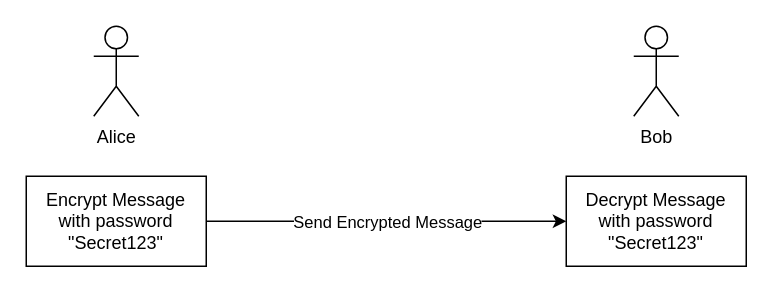
dwmkerr/effective-shell keeps this draw.io diagram as docs/06-advanced-techniques/31-the-secure-shell/diagrams/symmetric-encryption.drawio. Above is the earlier version. Source tidied: cells renumbered, new cells numbered last; positions are measured from the earlier drawing's top-left corner, leaving out a move shared by most shapes. Both pictures are drawn from the tidied source at 150%, with x=0, y=0 at pixel (26, 26).
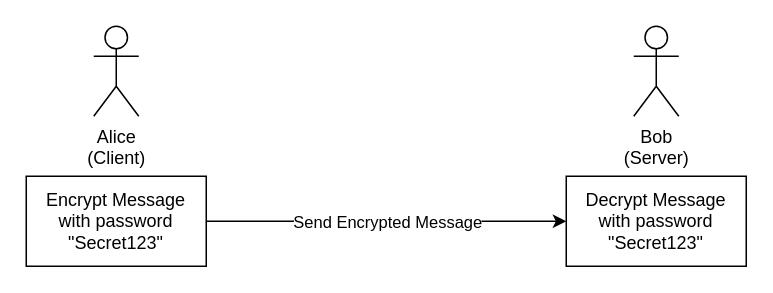
After the change.

Diff of the diagram source:
```diff
@@
 <mxGraphModel>
   <root>
     <mxCell id="0" />
     <mxCell id="1" parent="0" />
     <mxCell id="2" style="edgeStyle=orthogonalEdgeStyle;rounded=0;jettySize=auto;html=1;entryX=0;entryY=0.5;entryDx=0;entryDy=0;" parent="1" edge="1" source="4" target="6">
       <mxGeometry relative="1" as="geometry" />
     </mxCell>
     <mxCell id="3" value="Send Encrypted Message" style="edgeLabel;html=1;align=center;verticalAlign=middle;" parent="2" vertex="1">
       <mxGeometry x="-0.11" relative="1" as="geometry">
         <mxPoint x="13" as="offset" />
       </mxGeometry>
     </mxCell>
     <mxCell id="4" value="Encrypt Message with password &quot;Secret123&quot;" style="rounded=0;whiteSpace=wrap;html=1;spacingTop=0;spacingLeft=0;spacingBottom=0;spacing=5;" parent="1" vertex="1">
       <mxGeometry y="100" width="120" height="60" as="geometry" />
     </mxCell>
-    <mxCell id="5" value="Alice" style="shape=umlActor;verticalLabelPosition=bottom;verticalAlign=top;html=1;" parent="1" vertex="1">
+    <mxCell id="5" value="Alice&lt;br&gt;(Client)" style="shape=umlActor;verticalLabelPosition=bottom;verticalAlign=top;html=1;" parent="1" vertex="1">
       <mxGeometry x="45" width="30" height="60" as="geometry" />
     </mxCell>
     <mxCell id="6" value="Decrypt Message with password &quot;Secret123&quot;" style="rounded=0;whiteSpace=wrap;html=1;spacingTop=0;spacingLeft=0;spacingBottom=0;spacing=5;" parent="1" vertex="1">
       <mxGeometry x="360" y="100" width="120" height="60" as="geometry" />
     </mxCell>
-    <mxCell id="7" value="Bob" style="shape=umlActor;verticalLabelPosition=bottom;verticalAlign=top;html=1;" parent="1" vertex="1">
+    <mxCell id="7" value="Bob&lt;br&gt;(Server)" style="shape=umlActor;verticalLabelPosition=bottom;verticalAlign=top;html=1;" parent="1" vertex="1">
       <mxGeometry x="405" width="30" height="60" as="geometry" />
     </mxCell>
   </root>
 </mxGraphModel>
```
